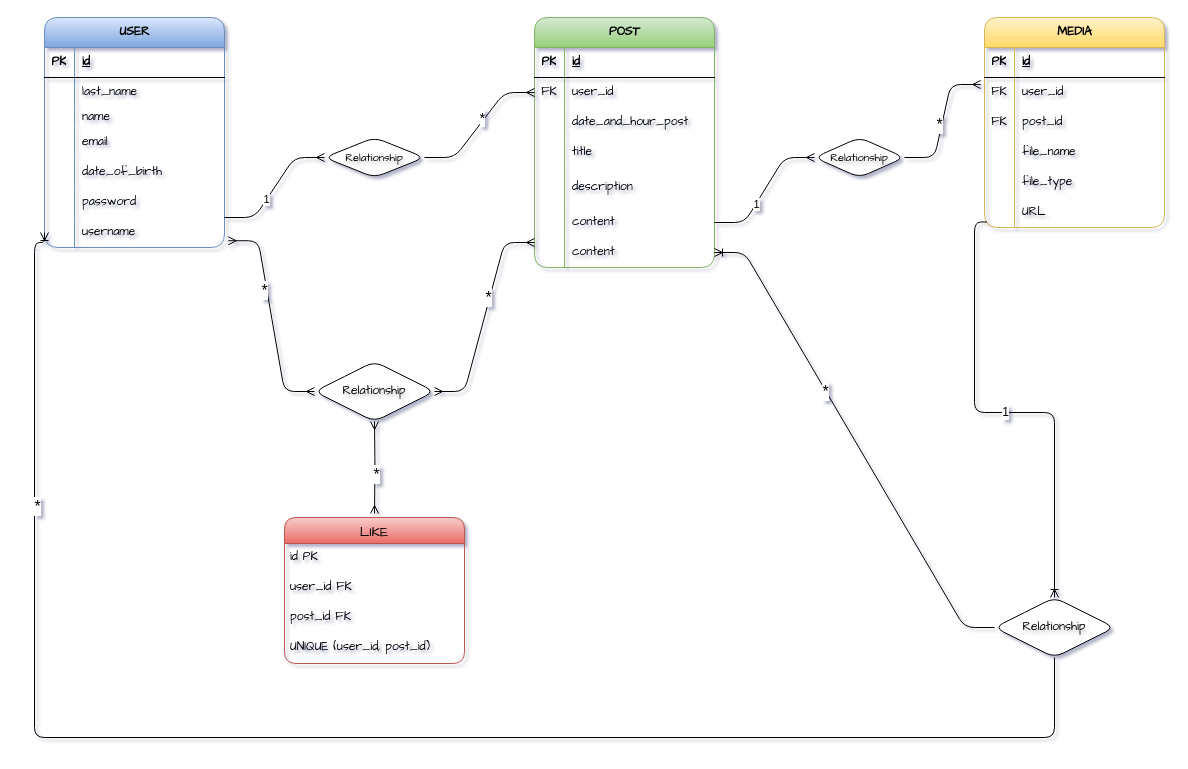
The draw.io diagram social.drawio in veronicacrisafi/db-social-platform, before the edit. Source tidied: cells renumbered, new cells numbered last; positions are measured from the earlier drawing's top-left corner, leaving out a move shared by most shapes. Both pictures are drawn from the tidied source at 100%, with x=0, y=0 at pixel (34, 17).
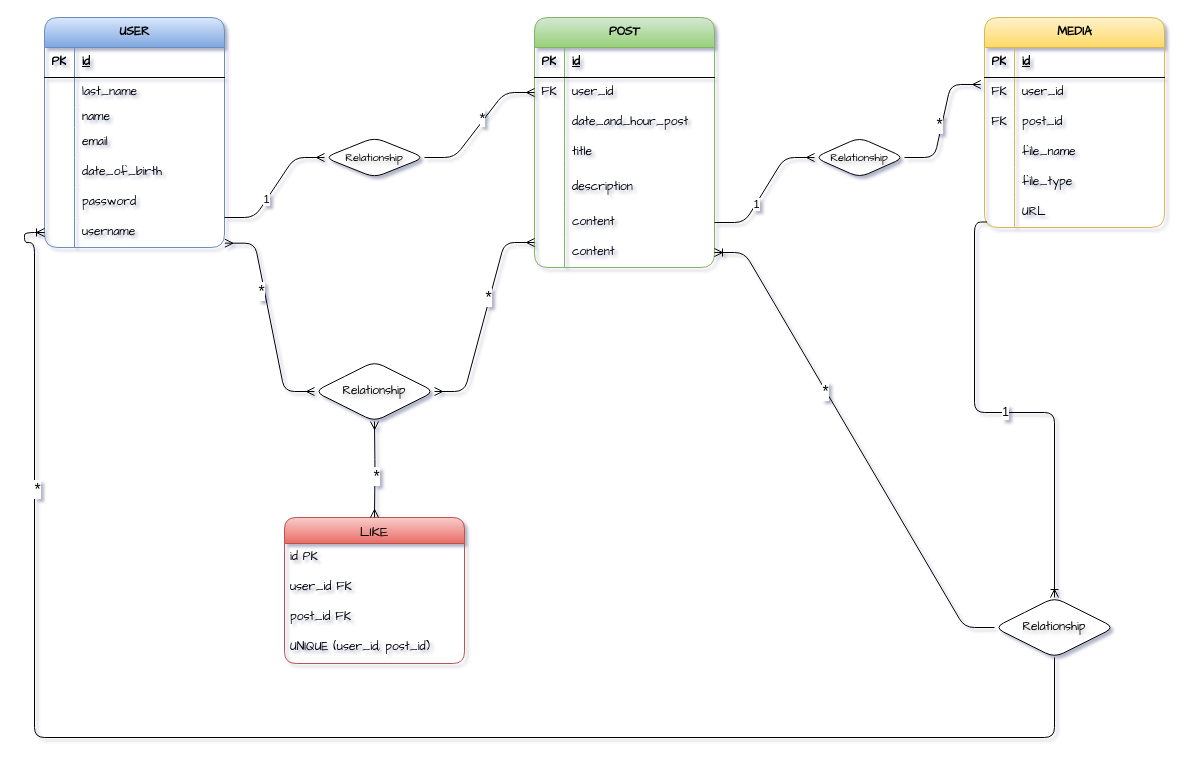
The same page after the edit.

Commit message (it also covers changes not shown here):
esportato il diagramma e crato file html per inserirlo nel tag img

Unchanged cells that the change refers to:
```xml
<mxCell id="21" style="shape=tableRow;horizontal=0;startSize=0;swimlaneHead=0;swimlaneBody=0;fillColor=none;points=[[0,0.5],[1,0.5]];portConstraint=eastwest;top=0;left=0;right=0;bottom=0;rounded=1;" parent="2" vertex="1">
  <mxGeometry y="200" width="180" height="30" as="geometry" />
</mxCell>
<mxCell id="86" value="Relationship" style="shape=rhombus;perimeter=rhombusPerimeter;whiteSpace=wrap;html=1;align=center;fontFamily=Comic Sans MS;textShadow=1;labelBorderColor=none;rounded=1;" parent="1" vertex="1">
  <mxGeometry x="280" y="344" width="120" height="60" as="geometry" />
</mxCell>
<mxCell id="87" value="Relationship" style="shape=rhombus;perimeter=rhombusPerimeter;whiteSpace=wrap;html=1;align=center;fontFamily=Comic Sans MS;labelBorderColor=none;labelBackgroundColor=none;textShadow=1;rounded=1;" parent="1" vertex="1">
  <mxGeometry x="960" y="580" width="120" height="60" as="geometry" />
</mxCell>
```

Diff of the diagram source:
```diff
@@
     <mxCell id="80" style="edgeStyle=orthogonalEdgeStyle;fontSize=12;html=1;endArrow=ERmany;startArrow=ERmany;entryX=0.5;entryY=1;entryDx=0;entryDy=0;" parent="1" edge="1" target="86">
       <mxGeometry relative="1" as="geometry">
-        <mxPoint x="340" y="496" as="sourcePoint" />
+        <mxPoint x="340" y="500" as="sourcePoint" />
       </mxGeometry>
     </mxCell>
@@
-    <mxCell id="84" style="edgeStyle=entityRelationEdgeStyle;fontSize=12;html=1;endArrow=ERmany;startArrow=ERmany;exitX=1.021;exitY=0.775;exitDx=0;exitDy=0;exitPerimeter=0;" parent="1" edge="1" source="21">
+    <mxCell id="84" style="edgeStyle=entityRelationEdgeStyle;fontSize=12;html=1;endArrow=ERmany;startArrow=ERmany;exitX=1.002;exitY=0.856;exitDx=0;exitDy=0;exitPerimeter=0;" parent="1" edge="1" source="21">
       <mxGeometry relative="1" as="geometry">
         <mxPoint x="280" y="374" as="targetPoint" />
       </mxGeometry>
     </mxCell>
@@
     <mxCell id="91" style="edgeStyle=orthogonalEdgeStyle;fontSize=12;html=1;endArrow=ERoneToMany;exitX=0.5;exitY=1;exitDx=0;exitDy=0;entryX=0;entryY=0.5;entryDx=0;entryDy=0;" parent="1" edge="1" source="87" target="21">
       <mxGeometry relative="1" as="geometry">
         <Array as="points">
           <mxPoint x="1020" y="720" />
           <mxPoint y="720" />
           <mxPoint y="225" />
+          <mxPoint x="-10" y="225" />
+          <mxPoint x="-10" y="215" />
         </Array>
       </mxGeometry>
     </mxCell>
```
